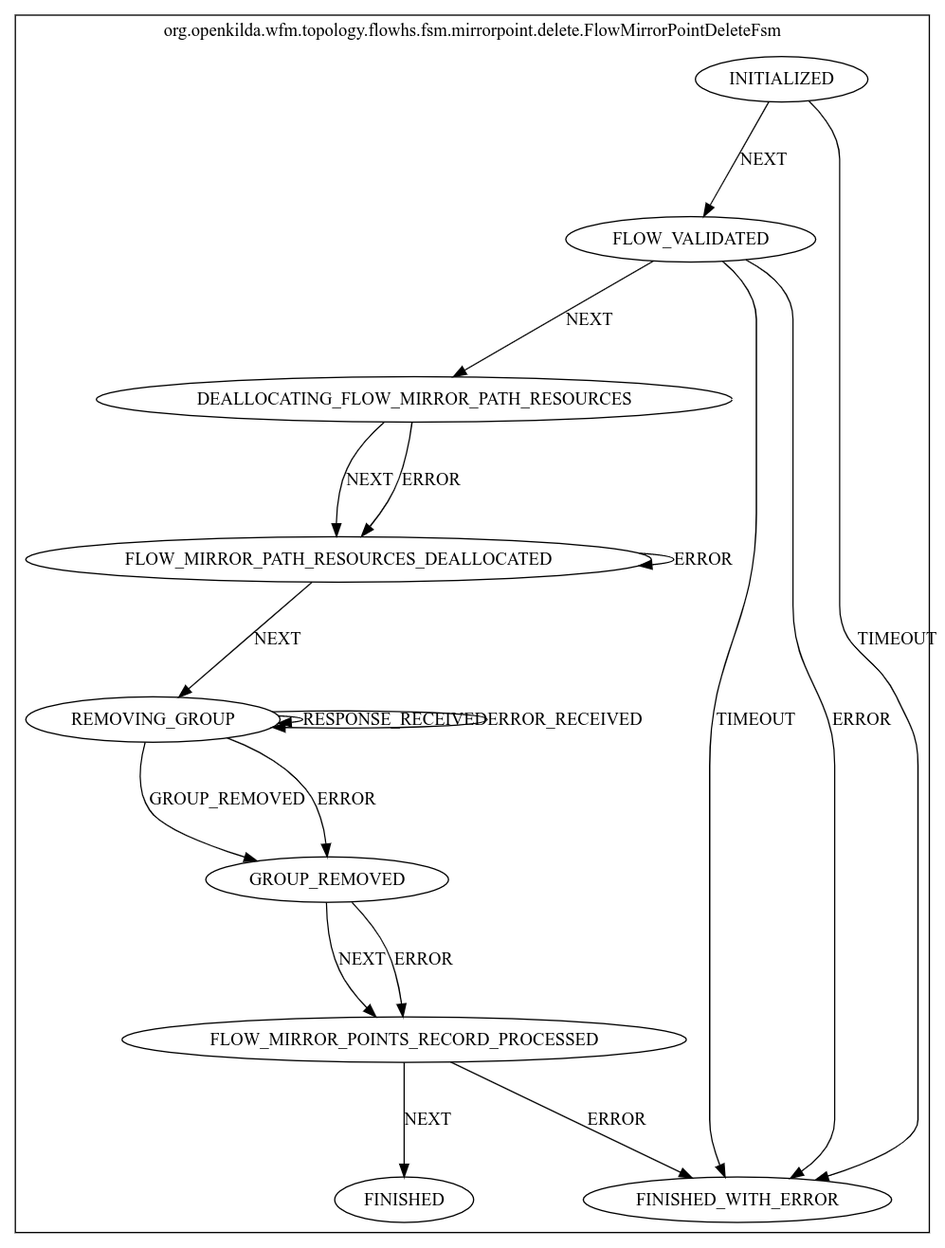
This is docs/design/flow-traffic-mirroring/flow-delete-mirror-point-fsm.png from telstra/open-kilda, a Graphviz export, as it was before one commit. Its source is kept beside it as docs/design/flow-traffic-mirroring/flow-delete-mirror-point-fsm.dot.
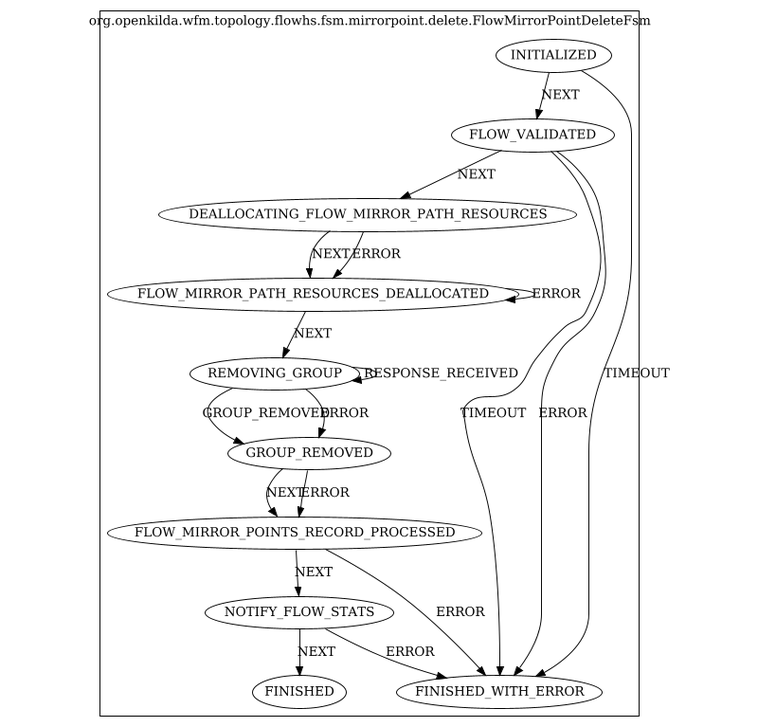
The same diagram one commit later.

What changed in the source:
```diff
@@ -11,6 +11,7 @@
 FINISHED_WITH_ERROR [label="FINISHED_WITH_ERROR"];
 REMOVING_GROUP [label="REMOVING_GROUP"];
 FLOW_MIRROR_POINTS_RECORD_PROCESSED [label="FLOW_MIRROR_POINTS_RECORD_PROCESSED"];
+NOTIFY_FLOW_STATS [label="NOTIFY_FLOW_STATS"];
 
 INITIALIZED -> FLOW_VALIDATED [ label="NEXT"];
 INITIALIZED -> FINISHED_WITH_ERROR [ label="TIMEOUT"];
@@ -24,8 +25,9 @@
 GROUP_REMOVED -> FLOW_MIRROR_POINTS_RECORD_PROCESSED [ label="NEXT"];
 GROUP_REMOVED -> FLOW_MIRROR_POINTS_RECORD_PROCESSED [ label="ERROR"];
 REMOVING_GROUP -> REMOVING_GROUP [ label="RESPONSE_RECEIVED"];
-REMOVING_GROUP -> REMOVING_GROUP [ label="ERROR_RECEIVED"];
 REMOVING_GROUP -> GROUP_REMOVED [ label="GROUP_REMOVED"];
 REMOVING_GROUP -> GROUP_REMOVED [ label="ERROR"];
-FLOW_MIRROR_POINTS_RECORD_PROCESSED -> FINISHED [ label="NEXT"];
-FLOW_MIRROR_POINTS_RECORD_PROCESSED -> FINISHED_WITH_ERROR [ label="ERROR"];}}
+FLOW_MIRROR_POINTS_RECORD_PROCESSED -> NOTIFY_FLOW_STATS [ label="NEXT"];
+FLOW_MIRROR_POINTS_RECORD_PROCESSED -> FINISHED_WITH_ERROR [ label="ERROR"];
+NOTIFY_FLOW_STATS -> FINISHED [ label="NEXT"];
+NOTIFY_FLOW_STATS -> FINISHED_WITH_ERROR [ label="ERROR"];}}
```
